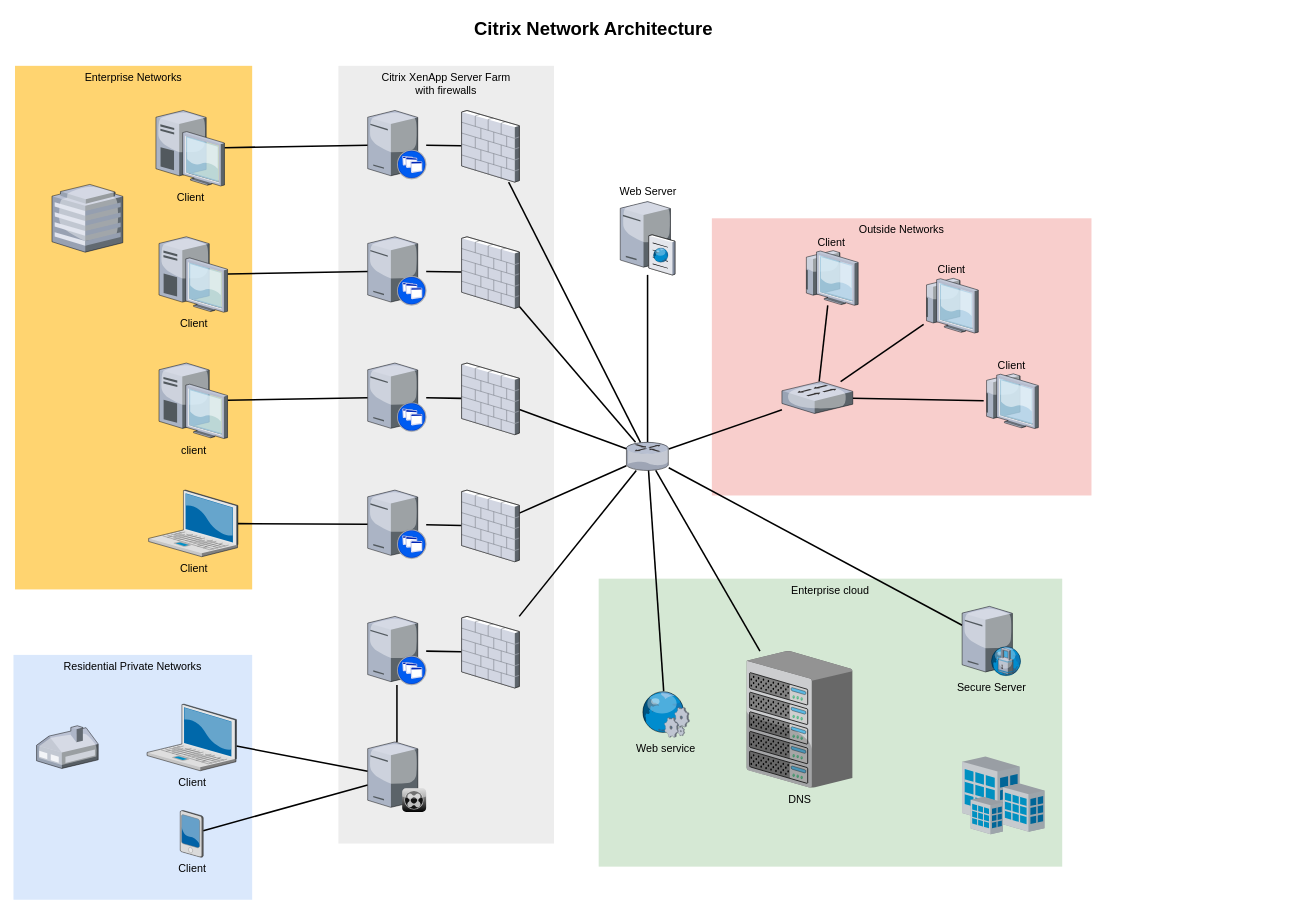
The draw.io diagram 未命名绘图.drawio in zqxiao/blog, before the edit. Source tidied: cells renumbered, new cells numbered last; positions are measured from the earlier drawing's top-left corner, leaving out a move shared by most shapes. Both pictures are drawn from the tidied source at 77%, with x=0, y=0 at pixel (13, 13).
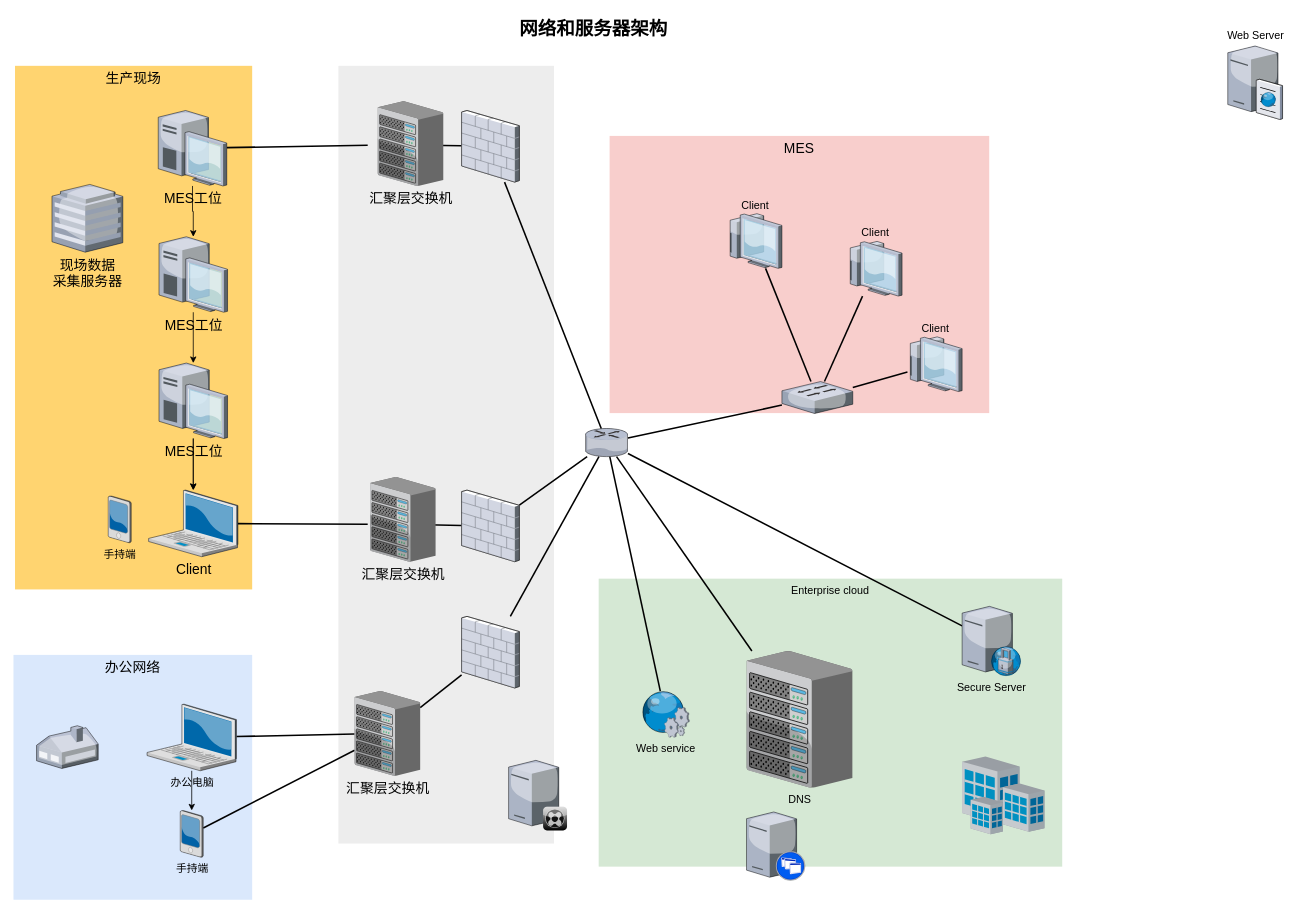
After the change.

Commit message (it also covers changes not shown here):
更新未命名绘图.drawio

The change refers to these unchanged cells:
```xml
<mxCell id="39" style="verticalLabelPosition=bottom;html=1;verticalAlign=top;strokeColor=none;shape=mxgraph.citrix.firewall;fillColor=#66B2FF;gradientColor=#0066CC;fontSize=14;" parent="1" vertex="1">
  <mxGeometry x="582" y="126" width="75" height="93" as="geometry" />
</mxCell>
<mxCell id="45" style="verticalLabelPosition=bottom;html=1;verticalAlign=top;strokeColor=none;shape=mxgraph.citrix.firewall;fillColor=#66B2FF;gradientColor=#0066CC;fontSize=14;" parent="1" vertex="1">
  <mxGeometry x="582" y="619" width="75" height="93" as="geometry" />
</mxCell>
<mxCell id="47" style="verticalLabelPosition=bottom;html=1;verticalAlign=top;strokeColor=none;shape=mxgraph.citrix.firewall;fillColor=#66B2FF;gradientColor=#0066CC;fontSize=14;" parent="1" vertex="1">
  <mxGeometry x="582" y="783" width="75" height="93" as="geometry" />
</mxCell>
```

The edit, as a diff of the source:
```diff
@@
-    <mxCell id="2" value="Outside Networks" style="whiteSpace=wrap;html=1;fillColor=#f8cecc;fontSize=14;strokeColor=none;verticalAlign=top;" parent="1" vertex="1">
-      <mxGeometry x="907" y="266" width="493" height="360" as="geometry" />
+    <mxCell id="2" value="MES" style="whiteSpace=wrap;html=1;fillColor=#f8cecc;fontSize=18;strokeColor=none;verticalAlign=top;" parent="1" vertex="1">
+      <mxGeometry x="774.2" y="159" width="493" height="360" as="geometry" />
     </mxCell>
@@
-    <mxCell id="4" value="Citrix XenApp Server Farm&lt;div&gt;with firewalls&lt;/div&gt;" style="whiteSpace=wrap;html=1;fillColor=#EDEDED;fontSize=14;strokeColor=none;verticalAlign=top;" parent="1" vertex="1">
+    <mxCell id="4" style="whiteSpace=wrap;html=1;fillColor=#EDEDED;fontSize=14;strokeColor=none;verticalAlign=top;" parent="1" vertex="1">
       <mxGeometry x="422" y="68" width="280" height="1010" as="geometry" />
     </mxCell>
-    <mxCell id="5" value="Residential Private Networks" style="whiteSpace=wrap;html=1;fillColor=#dae8fc;fontSize=14;strokeColor=none;verticalAlign=top;" parent="1" vertex="1">
+    <mxCell id="5" value="办公网络" style="whiteSpace=wrap;html=1;fillColor=#dae8fc;fontSize=18;strokeColor=none;verticalAlign=top;" parent="1" vertex="1">
       <mxGeometry y="833" width="310" height="318" as="geometry" />
     </mxCell>
-    <mxCell id="6" value="Enterprise Networks" style="whiteSpace=wrap;html=1;fillColor=#FFD470;gradientColor=none;fontSize=14;strokeColor=none;verticalAlign=top;" parent="1" vertex="1">
+    <mxCell id="6" value="&lt;font&gt;生产现场&lt;/font&gt;" style="whiteSpace=wrap;html=1;fillColor=#FFD470;gradientColor=none;fontSize=18;strokeColor=none;verticalAlign=top;" parent="1" vertex="1">
       <mxGeometry x="2" y="68" width="308" height="680" as="geometry" />
     </mxCell>
-    <mxCell id="7" style="edgeStyle=none;rounded=0;html=1;startSize=10;endSize=10;jettySize=auto;fontSize=14;endArrow=none;endFill=0;strokeWidth=2;" parent="1" edge="1" source="8" target="35">
+    <mxCell id="7" style="edgeStyle=none;rounded=0;html=1;startSize=10;endSize=10;jettySize=auto;fontSize=14;endArrow=none;endFill=0;strokeWidth=2;" parent="1" edge="1" source="8" target="69">
       <mxGeometry relative="1" as="geometry" />
     </mxCell>
+    <mxCell id="62" style="edgeStyle=orthogonalEdgeStyle;rounded=0;jettySize=auto;html=1;" parent="1" edge="1" source="8" target="18">
+      <mxGeometry relative="1" as="geometry" />
+    </mxCell>
-    <mxCell id="8" value="Client" style="verticalLabelPosition=bottom;html=1;verticalAlign=top;strokeColor=none;shape=mxgraph.citrix.laptop_2;fillColor=#66B2FF;gradientColor=#0066CC;fontSize=14;" parent="1" vertex="1">
+    <mxCell id="8" value="办公电脑" style="verticalLabelPosition=bottom;html=1;verticalAlign=top;strokeColor=none;shape=mxgraph.citrix.laptop_2;fillColor=#66B2FF;gradientColor=#0066CC;fontSize=14;" parent="1" vertex="1">
       <mxGeometry x="173.5" y="897" width="116" height="86.5" as="geometry" />
     </mxCell>
-    <mxCell id="9" style="edgeStyle=none;rounded=0;html=1;startSize=10;endSize=10;jettySize=auto;fontSize=14;endArrow=none;endFill=0;strokeWidth=2;" parent="1" edge="1" source="10" target="22">
-      <mxGeometry relative="1" as="geometry" />
+    <mxCell id="9" style="edgeStyle=none;rounded=0;html=1;startSize=10;endSize=10;jettySize=auto;fontSize=14;endArrow=none;endFill=0;strokeWidth=2;" parent="1" edge="1" source="10">
+      <mxGeometry relative="1" as="geometry">
+        <mxPoint x="460" y="663.3" as="targetPoint" />
+      </mxGeometry>
     </mxCell>
-    <mxCell id="10" value="Client" style="verticalLabelPosition=bottom;html=1;verticalAlign=top;strokeColor=none;shape=mxgraph.citrix.laptop_2;fillColor=#66B2FF;gradientColor=#0066CC;fontSize=14;" parent="1" vertex="1">
+    <mxCell id="10" value="Client" style="verticalLabelPosition=bottom;html=1;verticalAlign=top;strokeColor=none;shape=mxgraph.citrix.laptop_2;fillColor=#66B2FF;gradientColor=#0066CC;fontSize=18;" parent="1" vertex="1">
       <mxGeometry x="175.5" y="619" width="116" height="86.5" as="geometry" />
     </mxCell>
-    <mxCell id="11" style="edgeStyle=none;rounded=0;html=1;startSize=10;endSize=10;jettySize=auto;fontSize=14;endArrow=none;endFill=0;strokeWidth=2;" parent="1" edge="1" source="12" target="24">
-      <mxGeometry relative="1" as="geometry" />
-    </mxCell>
+    <mxCell id="63" style="edgeStyle=orthogonalEdgeStyle;rounded=0;jettySize=auto;html=1;" parent="1" edge="1" source="12" target="10">
+      <mxGeometry relative="1" as="geometry" />
+    </mxCell>
+    <mxCell id="64" style="edgeStyle=orthogonalEdgeStyle;rounded=0;jettySize=auto;html=1;" parent="1" edge="1" source="12" target="10">
+      <mxGeometry relative="1" as="geometry" />
+    </mxCell>
-    <mxCell id="12" value="client" style="verticalLabelPosition=bottom;html=1;verticalAlign=top;strokeColor=none;shape=mxgraph.citrix.desktop;fillColor=#66B2FF;gradientColor=#0066CC;fontSize=14;" parent="1" vertex="1">
+    <mxCell id="12" value="MES工位" style="verticalLabelPosition=bottom;html=1;verticalAlign=top;strokeColor=none;shape=mxgraph.citrix.desktop;fillColor=#66B2FF;gradientColor=#0066CC;fontSize=18;" parent="1" vertex="1">
       <mxGeometry x="189" y="454" width="89" height="98" as="geometry" />
     </mxCell>
-    <mxCell id="13" style="edgeStyle=none;rounded=0;html=1;startSize=10;endSize=10;jettySize=auto;fontSize=14;endArrow=none;endFill=0;strokeWidth=2;" parent="1" edge="1" source="14" target="26">
-      <mxGeometry relative="1" as="geometry" />
-    </mxCell>
+    <mxCell id="65" style="edgeStyle=orthogonalEdgeStyle;rounded=0;jettySize=auto;html=1;" parent="1" edge="1" source="14" target="12">
+      <mxGeometry relative="1" as="geometry" />
+    </mxCell>
-    <mxCell id="14" value="Client" style="verticalLabelPosition=bottom;html=1;verticalAlign=top;strokeColor=none;shape=mxgraph.citrix.desktop;fillColor=#66B2FF;gradientColor=#0066CC;fontSize=14;" parent="1" vertex="1">
+    <mxCell id="14" value="MES工位" style="verticalLabelPosition=bottom;html=1;verticalAlign=top;strokeColor=none;shape=mxgraph.citrix.desktop;fillColor=#66B2FF;gradientColor=#0066CC;fontSize=18;" parent="1" vertex="1">
       <mxGeometry x="189" y="290" width="89" height="98" as="geometry" />
     </mxCell>
-    <mxCell id="15" style="edgeStyle=none;rounded=0;html=1;startSize=10;endSize=10;jettySize=auto;fontSize=14;endArrow=none;endFill=0;strokeWidth=2;" parent="1" edge="1" source="16" target="28">
-      <mxGeometry relative="1" as="geometry" />
+    <mxCell id="15" style="edgeStyle=none;rounded=0;html=1;startSize=10;endSize=10;jettySize=auto;fontSize=14;endArrow=none;endFill=0;strokeWidth=2;" parent="1" edge="1" source="16">
+      <mxGeometry relative="1" as="geometry">
+        <mxPoint x="460" y="171.1" as="targetPoint" />
+      </mxGeometry>
     </mxCell>
+    <mxCell id="66" style="edgeStyle=orthogonalEdgeStyle;rounded=0;jettySize=auto;html=1;" parent="1" edge="1" source="16" target="14">
+      <mxGeometry relative="1" as="geometry" />
+    </mxCell>
-    <mxCell id="16" value="Client" style="verticalLabelPosition=bottom;html=1;verticalAlign=top;strokeColor=none;shape=mxgraph.citrix.desktop;fillColor=#66B2FF;gradientColor=#0066CC;fontSize=14;" parent="1" vertex="1">
-      <mxGeometry x="185" y="126" width="89" height="98" as="geometry" />
+    <mxCell id="16" value="MES工位" style="verticalLabelPosition=bottom;html=1;verticalAlign=top;strokeColor=none;shape=mxgraph.citrix.desktop;fillColor=#66B2FF;gradientColor=#0066CC;fontSize=18;" parent="1" vertex="1">
+      <mxGeometry x="188" y="126" width="89" height="98" as="geometry" />
     </mxCell>
-    <mxCell id="17" style="edgeStyle=none;rounded=0;html=1;startSize=10;endSize=10;jettySize=auto;fontSize=14;endArrow=none;endFill=0;strokeWidth=2;" parent="1" edge="1" source="18" target="35">
+    <mxCell id="17" style="edgeStyle=none;rounded=0;html=1;startSize=10;endSize=10;jettySize=auto;fontSize=14;endArrow=none;endFill=0;strokeWidth=2;" parent="1" edge="1" source="18" target="69">
       <mxGeometry relative="1" as="geometry" />
     </mxCell>
-    <mxCell id="18" value="Client" style="verticalLabelPosition=bottom;html=1;verticalAlign=top;strokeColor=none;shape=mxgraph.citrix.pda;fillColor=#66B2FF;gradientColor=#0066CC;fontSize=14;" parent="1" vertex="1">
+    <mxCell id="18" value="手持端" style="verticalLabelPosition=bottom;html=1;verticalAlign=top;strokeColor=none;shape=mxgraph.citrix.pda;fillColor=#66B2FF;gradientColor=#0066CC;fontSize=14;" parent="1" vertex="1">
       <mxGeometry x="216.5" y="1035" width="30" height="61" as="geometry" />
     </mxCell>
-    <mxCell id="19" style="edgeStyle=none;rounded=0;html=1;startSize=10;endSize=10;jettySize=auto;fontSize=14;endArrow=none;endFill=0;strokeWidth=2;" parent="1" edge="1" source="20" target="47">
+    <mxCell id="19" style="edgeStyle=none;rounded=0;html=1;startSize=10;endSize=10;jettySize=auto;fontSize=14;endArrow=none;endFill=0;strokeWidth=2;" parent="1" edge="1" source="69" target="47">
       <mxGeometry relative="1" as="geometry" />
     </mxCell>
     <mxCell id="20" style="verticalLabelPosition=bottom;html=1;verticalAlign=top;strokeColor=none;shape=mxgraph.citrix.xenapp_server;fillColor=#66B2FF;gradientColor=#0066CC;fontSize=14;" parent="1" vertex="1">
-      <mxGeometry x="460" y="783" width="76" height="89" as="geometry" />
+      <mxGeometry x="952" y="1037" width="76" height="89" as="geometry" />
     </mxCell>
-    <mxCell id="21" style="edgeStyle=none;rounded=0;html=1;startSize=10;endSize=10;jettySize=auto;fontSize=14;endArrow=none;endFill=0;strokeWidth=2;" parent="1" edge="1" source="22" target="45">
-      <mxGeometry relative="1" as="geometry" />
+    <mxCell id="21" style="edgeStyle=none;rounded=0;html=1;startSize=10;endSize=10;jettySize=auto;fontSize=14;endArrow=none;endFill=0;strokeWidth=2;" parent="1" edge="1" target="45">
+      <mxGeometry relative="1" as="geometry">
+        <mxPoint x="536" y="664.1" as="sourcePoint" />
+      </mxGeometry>
     </mxCell>
-    <mxCell id="22" style="verticalLabelPosition=bottom;html=1;verticalAlign=top;strokeColor=none;shape=mxgraph.citrix.xenapp_server;fillColor=#66B2FF;gradientColor=#0066CC;fontSize=14;" parent="1" vertex="1">
-      <mxGeometry x="460" y="619" width="76" height="89" as="geometry" />
-    </mxCell>
-    <mxCell id="23" style="edgeStyle=none;rounded=0;html=1;startSize=10;endSize=10;jettySize=auto;fontSize=14;endArrow=none;endFill=0;strokeWidth=2;" parent="1" edge="1" source="24" target="43">
-      <mxGeometry relative="1" as="geometry" />
-    </mxCell>
-    <mxCell id="24" style="verticalLabelPosition=bottom;html=1;verticalAlign=top;strokeColor=none;shape=mxgraph.citrix.xenapp_server;fillColor=#66B2FF;gradientColor=#0066CC;fontSize=14;" parent="1" vertex="1">
-      <mxGeometry x="460" y="454" width="76" height="89" as="geometry" />
-    </mxCell>
-    <mxCell id="25" style="edgeStyle=none;rounded=0;html=1;startSize=10;endSize=10;jettySize=auto;fontSize=14;endArrow=none;endFill=0;strokeWidth=2;" parent="1" edge="1" source="26" target="41">
-      <mxGeometry relative="1" as="geometry" />
-    </mxCell>
-    <mxCell id="26" style="verticalLabelPosition=bottom;html=1;verticalAlign=top;strokeColor=none;shape=mxgraph.citrix.xenapp_server;fillColor=#66B2FF;gradientColor=#0066CC;fontSize=14;" parent="1" vertex="1">
-      <mxGeometry x="460" y="290" width="76" height="89" as="geometry" />
-    </mxCell>
-    <mxCell id="27" style="edgeStyle=none;rounded=0;html=1;startSize=10;endSize=10;jettySize=auto;fontSize=14;endArrow=none;endFill=0;strokeWidth=2;" parent="1" edge="1" source="28" target="39">
-      <mxGeometry relative="1" as="geometry" />
+    <mxCell id="27" style="edgeStyle=none;rounded=0;html=1;startSize=10;endSize=10;jettySize=auto;fontSize=14;endArrow=none;endFill=0;strokeWidth=2;" parent="1" edge="1" target="39">
+      <mxGeometry relative="1" as="geometry">
+        <mxPoint x="536" y="171.1" as="sourcePoint" />
+      </mxGeometry>
     </mxCell>
-    <mxCell id="28" style="verticalLabelPosition=bottom;html=1;verticalAlign=top;strokeColor=none;shape=mxgraph.citrix.xenapp_server;fillColor=#66B2FF;gradientColor=#0066CC;fontSize=14;" parent="1" vertex="1">
-      <mxGeometry x="460" y="126" width="76" height="89" as="geometry" />
-    </mxCell>
@@
-    <mxCell id="30" style="edgeStyle=none;rounded=0;html=1;startSize=10;endSize=10;jettySize=auto;fontSize=14;endArrow=none;endFill=0;strokeWidth=2;" parent="1" edge="1" source="33" target="36">
-      <mxGeometry relative="1" as="geometry" />
-    </mxCell>
@@
     <mxCell id="33" style="verticalLabelPosition=bottom;html=1;verticalAlign=top;strokeColor=none;shape=mxgraph.citrix.router;fillColor=#66B2FF;gradientColor=#0066CC;fontSize=14;" parent="1" vertex="1">
-      <mxGeometry x="796" y="557" width="55" height="36.5" as="geometry" />
+      <mxGeometry x="743" y="539" width="55" height="36.5" as="geometry" />
     </mxCell>
-    <mxCell id="34" style="edgeStyle=none;rounded=0;html=1;startSize=10;endSize=10;jettySize=auto;fontSize=14;endArrow=none;endFill=0;strokeWidth=2;" parent="1" edge="1" source="35" target="20">
-      <mxGeometry relative="1" as="geometry" />
-    </mxCell>
-    <mxCell id="35" style="verticalLabelPosition=bottom;html=1;verticalAlign=top;strokeColor=none;shape=mxgraph.citrix.xenclient_synchronizer;fillColor=#CCCCCC;gradientColor=#000000;gradientDirection=south;fontSize=14;" parent="1" vertex="1">
-      <mxGeometry x="460" y="946" width="76" height="91" as="geometry" />
-    </mxCell>
-    <mxCell id="36" value="Web Server" style="verticalLabelPosition=top;html=1;verticalAlign=bottom;strokeColor=none;shape=mxgraph.citrix.cache_server;fillColor=#66B2FF;gradientColor=#0066CC;fontSize=14;labelPosition=center;align=center;" parent="1" vertex="1">
-      <mxGeometry x="788" y="242" width="71" height="97.5" as="geometry" />
-    </mxCell>
@@
-    <mxCell id="40" style="edgeStyle=none;rounded=0;html=1;startSize=10;endSize=10;jettySize=auto;fontSize=14;endArrow=none;endFill=0;strokeWidth=2;" parent="1" edge="1" source="41" target="33">
-      <mxGeometry relative="1" as="geometry" />
-    </mxCell>
-    <mxCell id="41" style="verticalLabelPosition=bottom;html=1;verticalAlign=top;strokeColor=none;shape=mxgraph.citrix.firewall;fillColor=#66B2FF;gradientColor=#0066CC;fontSize=14;" parent="1" vertex="1">
-      <mxGeometry x="582" y="290" width="75" height="93" as="geometry" />
-    </mxCell>
-    <mxCell id="42" style="edgeStyle=none;rounded=0;html=1;startSize=10;endSize=10;jettySize=auto;fontSize=14;endArrow=none;endFill=0;strokeWidth=2;" parent="1" edge="1" source="43" target="33">
-      <mxGeometry relative="1" as="geometry" />
-    </mxCell>
-    <mxCell id="43" style="verticalLabelPosition=bottom;html=1;verticalAlign=top;strokeColor=none;shape=mxgraph.citrix.firewall;fillColor=#66B2FF;gradientColor=#0066CC;fontSize=14;" parent="1" vertex="1">
-      <mxGeometry x="582" y="454" width="75" height="93" as="geometry" />
-    </mxCell>
@@
-    <mxCell id="49" style="verticalLabelPosition=bottom;html=1;verticalAlign=top;strokeColor=none;shape=mxgraph.citrix.hq_enterprise;fillColor=#66B2FF;gradientColor=#0066CC;fontSize=14;" parent="1" vertex="1">
+    <mxCell id="49" value="现场数据&lt;div&gt;采集服务器&lt;/div&gt;" style="verticalLabelPosition=bottom;html=1;verticalAlign=top;strokeColor=none;shape=mxgraph.citrix.hq_enterprise;fillColor=#66B2FF;gradientColor=#0066CC;fontSize=18;" parent="1" vertex="1">
       <mxGeometry x="50" y="222" width="92" height="88" as="geometry" />
     </mxCell>
@@
     <mxCell id="55" value="Client" style="verticalLabelPosition=top;html=1;verticalAlign=bottom;strokeColor=none;shape=mxgraph.citrix.thin_client;fillColor=#66B2FF;gradientColor=#0066CC;fontSize=14;labelPosition=center;align=center;" parent="1" vertex="1">
-      <mxGeometry x="1260" y="468" width="71" height="71" as="geometry" />
+      <mxGeometry x="1161" y="420" width="71" height="71" as="geometry" />
     </mxCell>
     <mxCell id="56" value="Client" style="verticalLabelPosition=top;html=1;verticalAlign=bottom;strokeColor=none;shape=mxgraph.citrix.thin_client;fillColor=#66B2FF;gradientColor=#0066CC;fontSize=14;labelPosition=center;align=center;" parent="1" vertex="1">
-      <mxGeometry x="1182" y="344" width="71" height="71" as="geometry" />
+      <mxGeometry x="1083" y="296" width="71" height="71" as="geometry" />
     </mxCell>
     <mxCell id="57" value="Client" style="verticalLabelPosition=top;html=1;verticalAlign=bottom;strokeColor=none;shape=mxgraph.citrix.thin_client;fillColor=#66B2FF;gradientColor=#0066CC;fontSize=14;labelPosition=center;align=center;" parent="1" vertex="1">
-      <mxGeometry x="1026" y="308" width="71" height="71" as="geometry" />
+      <mxGeometry x="927" y="260" width="71" height="71" as="geometry" />
     </mxCell>
@@
-    <mxCell id="61" value="Citrix Network Architecture" style="text;strokeColor=none;fillColor=none;html=1;fontSize=24;fontStyle=1;verticalAlign=middle;align=center;" parent="1" vertex="1">
+    <mxCell id="61" value="网络和服务器架构" style="text;strokeColor=none;fillColor=none;html=1;fontSize=24;fontStyle=1;verticalAlign=middle;align=center;" parent="1" vertex="1">
       <mxGeometry x="322" width="861" height="40" as="geometry" />
     </mxCell>
+    <mxCell id="67" value="汇聚层交换机" style="verticalLabelPosition=bottom;sketch=0;html=1;verticalAlign=top;strokeColor=none;align=center;shape=mxgraph.citrix.chassis;fontSize=18;" parent="1" vertex="1">
+      <mxGeometry x="473" y="114" width="85.2" height="110" as="geometry" />
+    </mxCell>
+    <mxCell id="68" value="汇聚层交换机" style="verticalLabelPosition=bottom;sketch=0;html=1;verticalAlign=top;strokeColor=none;align=center;shape=mxgraph.citrix.chassis;fontSize=18;" parent="1" vertex="1">
+      <mxGeometry x="463" y="602" width="85.2" height="110" as="geometry" />
+    </mxCell>
+    <mxCell id="69" value="汇聚层交换机" style="verticalLabelPosition=bottom;sketch=0;html=1;verticalAlign=top;strokeColor=none;align=center;outlineConnect=0;shape=mxgraph.citrix.chassis;fontSize=18;" parent="1" vertex="1">
+      <mxGeometry x="443" y="880" width="85.2" height="110" as="geometry" />
+    </mxCell>
+    <mxCell id="70" style="verticalLabelPosition=bottom;html=1;verticalAlign=top;strokeColor=none;shape=mxgraph.citrix.xenclient_synchronizer;fillColor=#CCCCCC;gradientColor=#000000;gradientDirection=south;fontSize=14;" parent="1" vertex="1">
+      <mxGeometry x="643" y="970" width="76" height="91" as="geometry" />
+    </mxCell>
+    <mxCell id="71" value="手持端" style="verticalLabelPosition=bottom;html=1;verticalAlign=top;strokeColor=none;shape=mxgraph.citrix.pda;fillColor=#66B2FF;gradientColor=#0066CC;fontSize=14;" parent="1" vertex="1">
+      <mxGeometry x="123" y="626.5" width="30" height="61" as="geometry" />
+    </mxCell>
+    <mxCell id="36" value="Web Server" style="verticalLabelPosition=top;html=1;verticalAlign=bottom;strokeColor=none;shape=mxgraph.citrix.cache_server;fillColor=#66B2FF;gradientColor=#0066CC;fontSize=14;labelPosition=center;align=center;" parent="1" vertex="1">
+      <mxGeometry x="1577" y="40" width="71" height="97.5" as="geometry" />
+    </mxCell>
```
